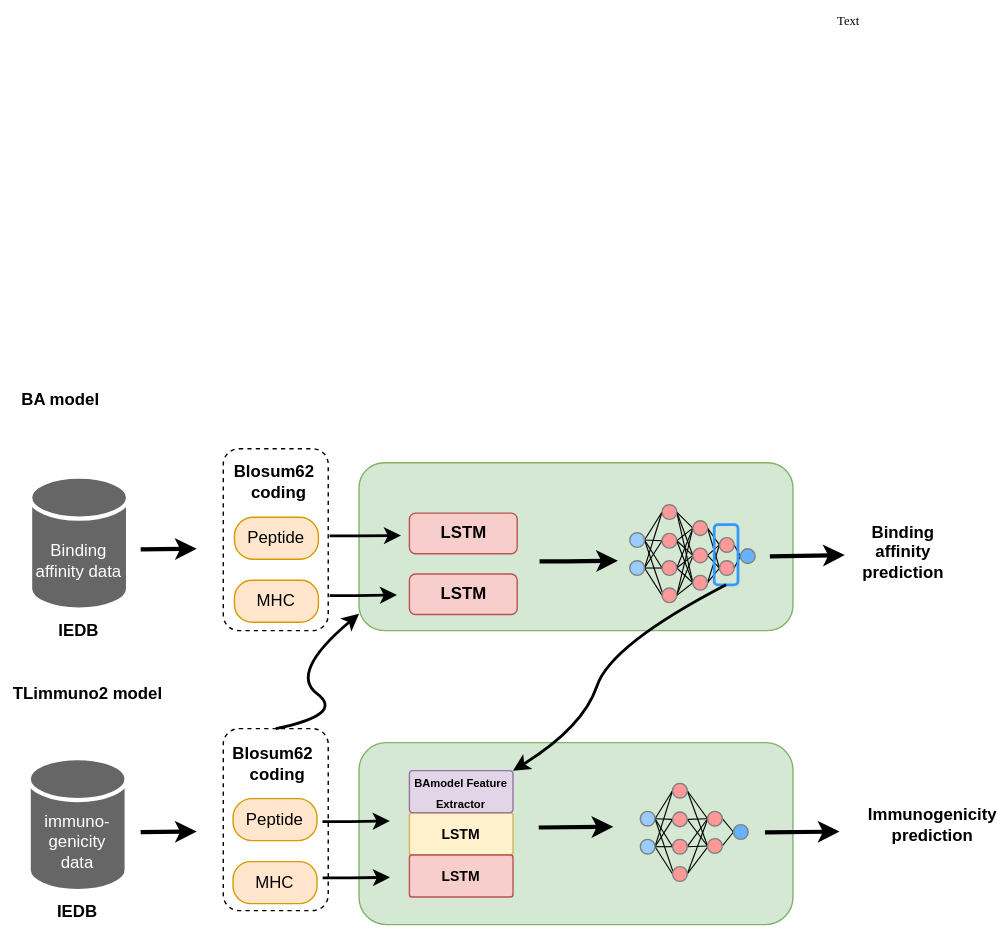
GuangShuaiWang/Diagram keeps this draw.io diagram as summary-fig-2-2.drawio.svg. Above is the earlier version. Source tidied: cells renumbered, new cells last; positions are measured from the earlier drawing's top-left corner, leaving out a move shared by most shapes.
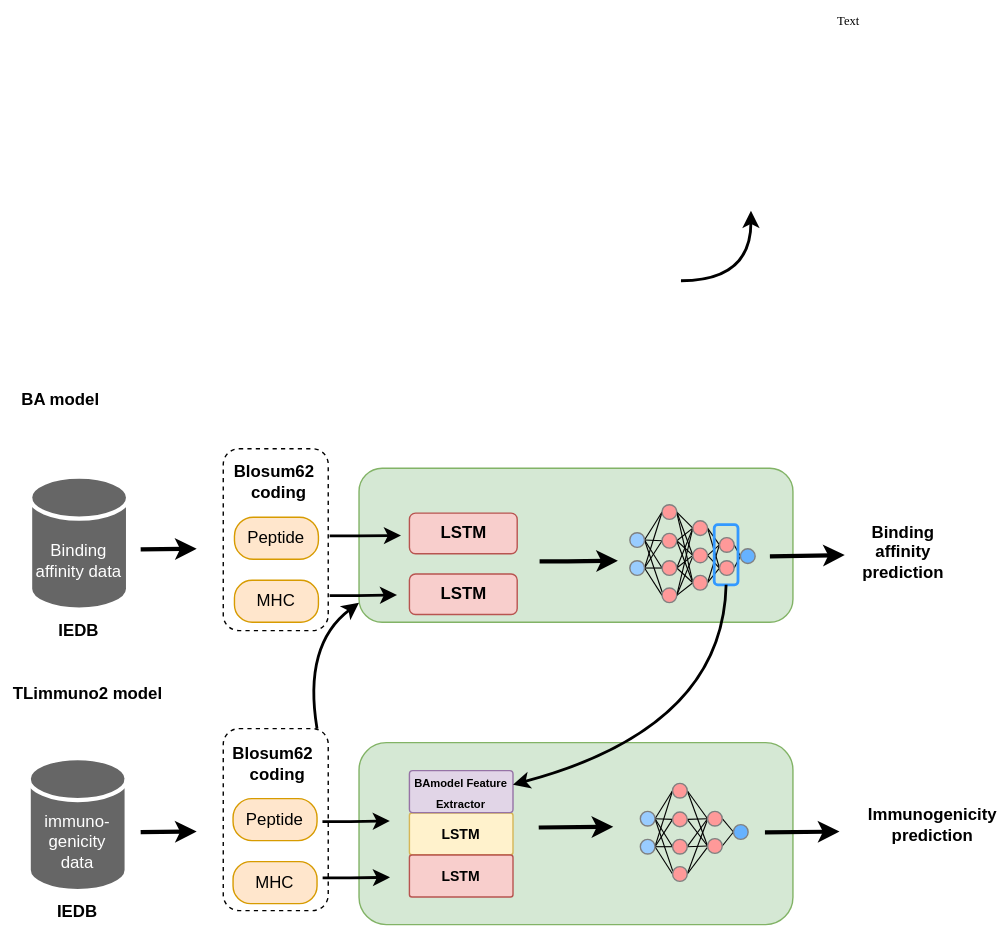
After the change.

The edit, as a diff of the source:
```diff
@@ -42,7 +42,7 @@
       </mxGeometry>
     </mxCell>
     <mxCell id="12" style="rounded=1;whiteSpace=wrap;html=1;fontFamily=Helvetica;fontSize=12;fillColor=#d5e8d4;strokeColor=#82b366;" parent="1" vertex="1">
-      <mxGeometry x="256" y="330" width="310" height="120" as="geometry" />
+      <mxGeometry x="256" y="334" width="310" height="110" as="geometry" />
     </mxCell>
     <mxCell id="13" value="&lt;b&gt;Blosum62 &amp;nbsp;&lt;br&gt;coding&lt;br&gt;&lt;/b&gt;" style="text;html=1;strokeColor=none;fillColor=none;align=center;verticalAlign=middle;whiteSpace=wrap;rounded=0;fontFamily=Helvetica;fontSize=12;fontColor=default;" parent="1" vertex="1">
       <mxGeometry x="164" y="329" width="70" height="30" as="geometry" />
@@ -347,22 +347,6 @@
     <mxCell id="102" value="&lt;b&gt;LSTM&lt;/b&gt;" style="text;html=1;strokeColor=none;fillColor=none;align=center;verticalAlign=middle;whiteSpace=wrap;rounded=0;fontFamily=Helvetica;fontSize=12;fontColor=default;" parent="1" vertex="1">
       <mxGeometry x="300.5" y="409" width="60" height="30" as="geometry" />
     </mxCell>
-    <mxCell id="103" style="curved=1;endArrow=classic;html=1;rounded=1;strokeWidth=2;fontFamily=Times New Roman;fontSize=9;endFill=1;exitX=0.5;exitY=0;exitDx=0;exitDy=0;entryX=0;entryY=0.9;entryDx=0;entryDy=0;entryPerimeter=0;" parent="1" edge="1" source="6" target="12">
-      <mxGeometry relative="1" as="geometry">
-        <Array as="points">
-          <mxPoint x="246" y="510" />
-          <mxPoint x="206" y="480" />
-        </Array>
-      </mxGeometry>
-    </mxCell>
-    <mxCell id="104" style="curved=1;endArrow=none;html=1;rounded=1;strokeWidth=2;fontFamily=Times New Roman;fontSize=9;entryX=1;entryY=0.5;entryDx=0;entryDy=0;endFill=0;startArrow=classic;startFill=1;exitX=1;exitY=0;exitDx=0;exitDy=0;" parent="1" edge="1" source="110" target="68">
-      <mxGeometry relative="1" as="geometry">
-        <Array as="points">
-          <mxPoint x="416" y="519.1" />
-          <mxPoint x="436" y="460" />
-        </Array>
-      </mxGeometry>
-    </mxCell>
     <mxCell id="105" style="edgeStyle=none;rounded=1;orthogonalLoop=1;jettySize=auto;html=1;exitX=0.5;exitY=1;exitDx=0;exitDy=0;strokeWidth=2;fontFamily=Times New Roman;fontSize=9;startArrow=classic;startFill=1;endArrow=none;endFill=0;" parent="1" edge="1" source="2" target="2">
       <mxGeometry relative="1" as="geometry" />
     </mxCell>
@@ -390,5 +374,30 @@
     <mxCell id="111" value="LSTM" style="text;html=1;strokeColor=#b85450;fillColor=#f8cecc;align=center;verticalAlign=middle;whiteSpace=wrap;rounded=1;fontFamily=Helvetica;fontSize=10;arcSize=6;fontStyle=1;" parent="1" vertex="1">
       <mxGeometry x="292" y="610.2" width="74" height="30" as="geometry" />
     </mxCell>
+    <mxCell id="112" style="curved=1;endArrow=classic;html=1;rounded=1;strokeWidth=2;fontFamily=Helvetica;fontSize=10;fontColor=default;entryX=0;entryY=0.873;entryDx=0;entryDy=0;entryPerimeter=0;" parent="1" edge="1" target="12">
+      <mxGeometry relative="1" as="geometry">
+        <mxPoint x="226" y="520" as="sourcePoint" />
+        <Array as="points">
+          <mxPoint x="216" y="460" />
+        </Array>
+      </mxGeometry>
+    </mxCell>
+    <mxCell id="113" style="curved=1;endArrow=classic;html=1;rounded=1;strokeWidth=2;fontFamily=Helvetica;fontSize=10;fontColor=default;" parent="1" edge="1">
+      <mxGeometry relative="1" as="geometry">
+        <mxPoint x="486" y="200" as="sourcePoint" />
+        <mxPoint x="536" y="150" as="targetPoint" />
+        <Array as="points">
+          <mxPoint x="536" y="200" />
+        </Array>
+      </mxGeometry>
+    </mxCell>
+    <mxCell id="114" style="curved=1;endArrow=none;html=1;rounded=1;strokeWidth=2;fontFamily=Helvetica;fontSize=10;fontColor=default;endFill=0;startArrow=classic;startFill=1;entryX=1;entryY=0.5;entryDx=0;entryDy=0;" parent="1" edge="1" target="68">
+      <mxGeometry relative="1" as="geometry">
+        <mxPoint x="366" y="560" as="sourcePoint" />
+        <Array as="points">
+          <mxPoint x="516" y="520" />
+        </Array>
+      </mxGeometry>
+    </mxCell>
   </root>
 </mxGraphModel>
```
